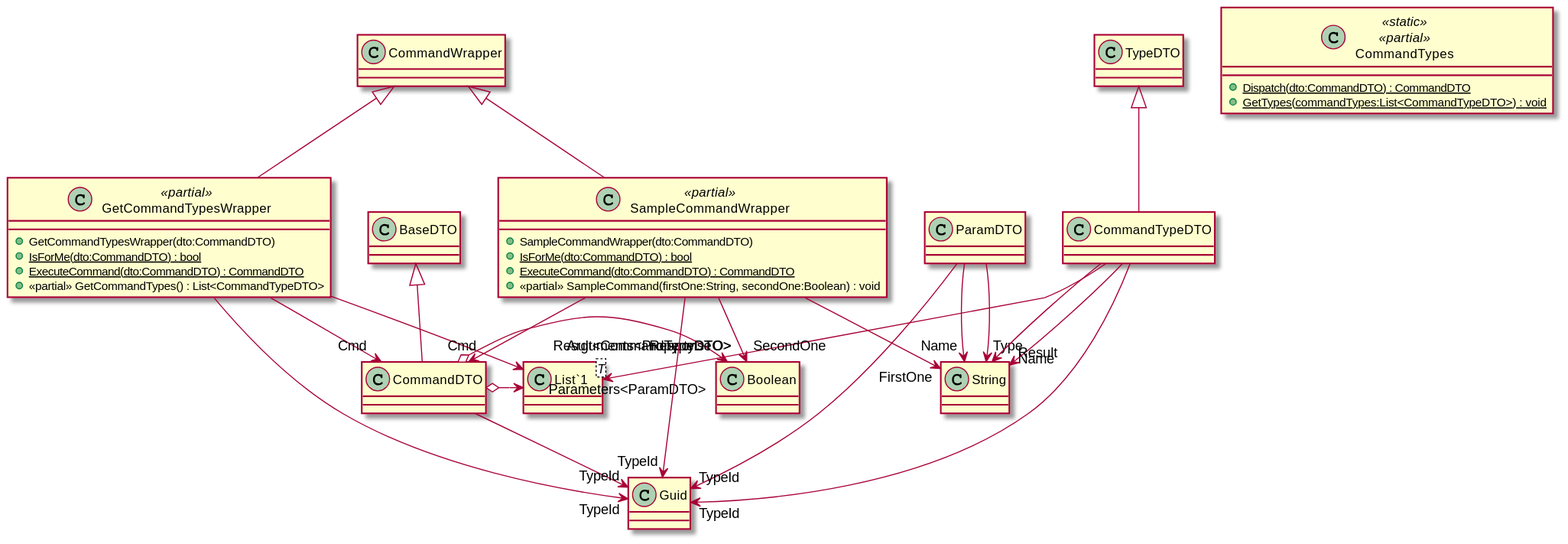
The PlantUML diagram wEBcMD/Doc/Types/cs/CommandTypes.svg in kokolorix/wEBcMD, before a commit. The source it was exported from:
```plantuml
@startuml
class CommandDTO {
}
class ParamDTO {
}
class CommandTypeDTO {
}
class GetCommandTypesWrapper <<partial>> {
    + GetCommandTypesWrapper(dto:CommandDTO)
    + {static} IsForMe(dto:CommandDTO) : bool
    + {static} ExecuteCommand(dto:CommandDTO) : CommandDTO
    + <<partial>> GetCommandTypes() : List<CommandTypeDTO>
}
class SampleCommandWrapper <<partial>> {
    + SampleCommandWrapper(dto:CommandDTO)
    + {static} IsForMe(dto:CommandDTO) : bool
    + {static} ExecuteCommand(dto:CommandDTO) : CommandDTO
    + <<partial>> SampleCommand(firstOne:String, secondOne:Boolean) : void
}
class CommandTypes <<static>> <<partial>> {
    + {static} Dispatch(dto:CommandDTO) : CommandDTO
}
class CommandTypes <<static>> <<partial>> {
    + {static} GetTypes(commandTypes:List<CommandTypeDTO>) : void
}
class "List`1"<T> {
}
BaseDTO <|-- CommandDTO
CommandDTO --> "TypeId" Guid
CommandDTO o-> "Response" Boolean
CommandDTO o-> "Arguments<PropertyDTO>" "List`1"
ParamDTO --> "TypeId" Guid
ParamDTO --> "Name" String
ParamDTO --> "Type" String
TypeDTO <|-- CommandTypeDTO
CommandTypeDTO --> "TypeId" Guid
CommandTypeDTO --> "Name" String
CommandTypeDTO --> "Result" String
CommandTypeDTO --> "Parameters<ParamDTO>" "List`1"
CommandWrapper <|-- GetCommandTypesWrapper
GetCommandTypesWrapper --> "TypeId" Guid
GetCommandTypesWrapper --> "Cmd" CommandDTO
GetCommandTypesWrapper --> "Result<CommandTypeDTO>" "List`1"
CommandWrapper <|-- SampleCommandWrapper
SampleCommandWrapper --> "TypeId" Guid
SampleCommandWrapper --> "Cmd" CommandDTO
SampleCommandWrapper --> "FirstOne" String
SampleCommandWrapper --> "SecondOne" Boolean
@enduml
```
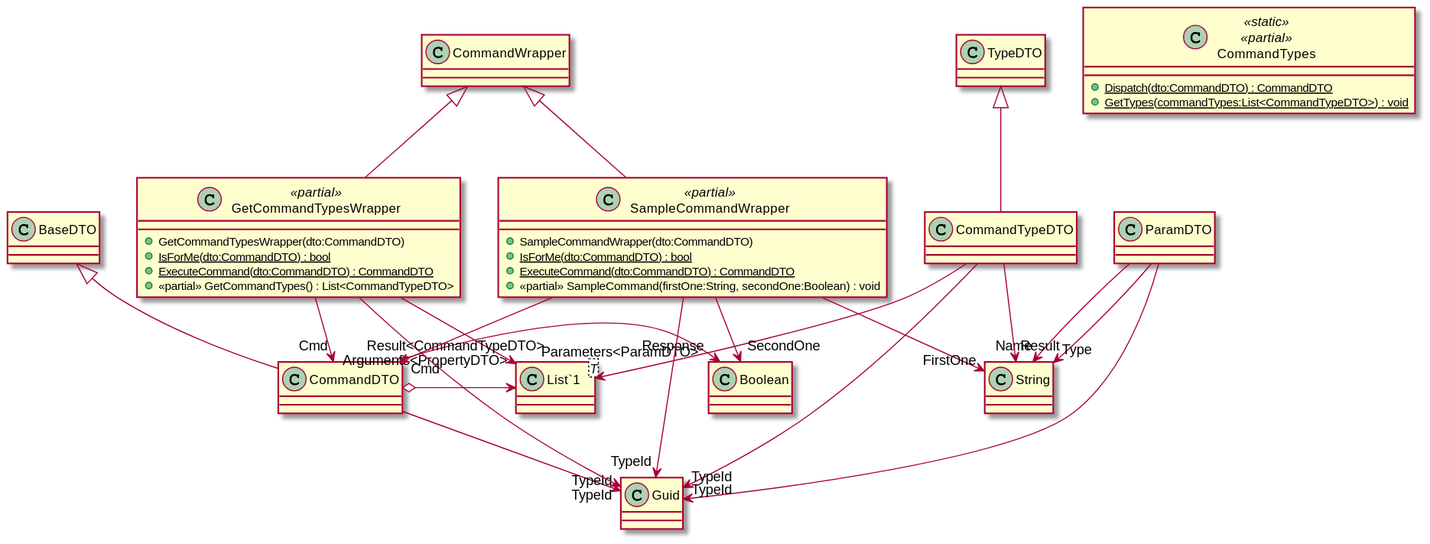
The same diagram one commit later.

Diff of the diagram source:
```diff
@@ -34,7 +34,6 @@
 ParamDTO --> "Type" String
 TypeDTO <|-- CommandTypeDTO
 CommandTypeDTO --> "TypeId" Guid
-CommandTypeDTO --> "Name" String
 CommandTypeDTO --> "Result" String
 CommandTypeDTO --> "Parameters<ParamDTO>" "List`1"
 CommandWrapper <|-- GetCommandTypesWrapper
```
